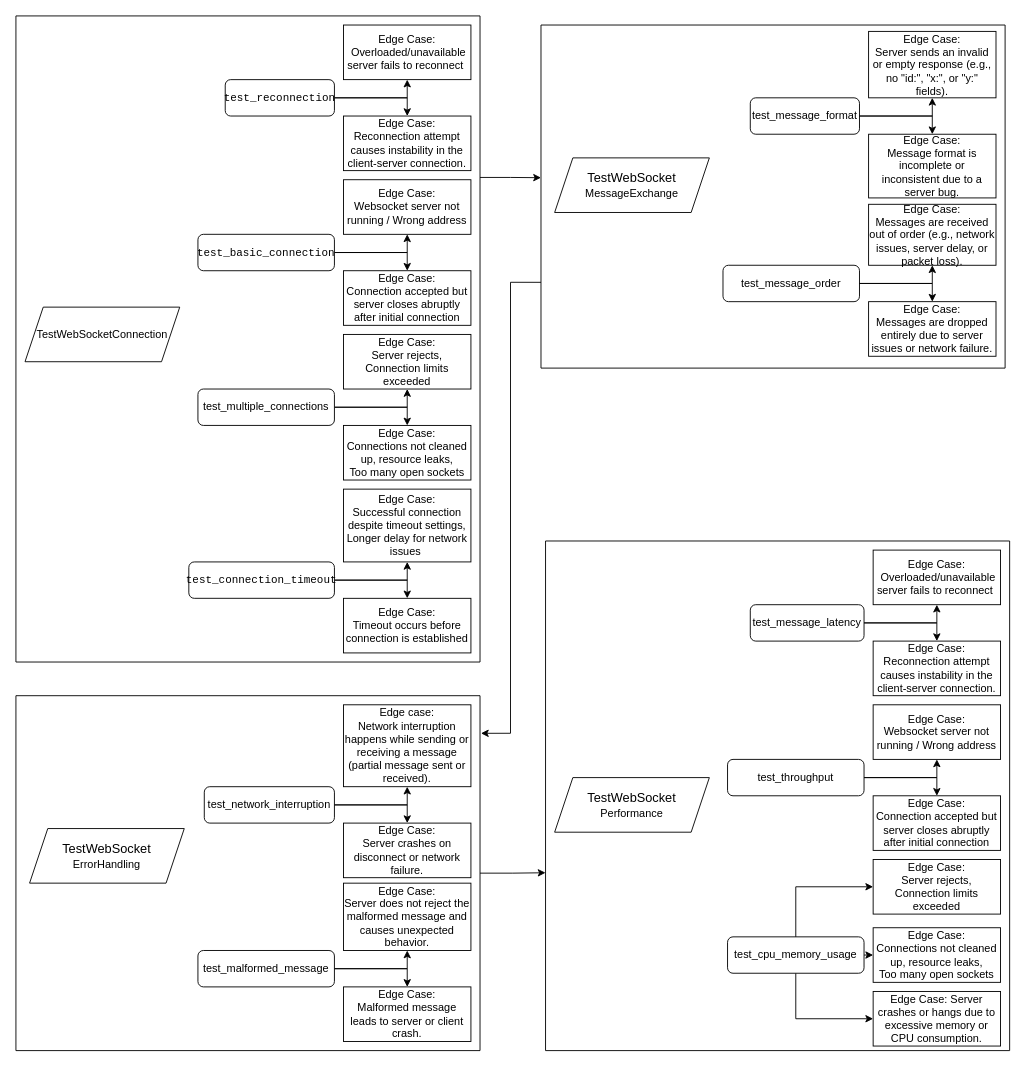
Earlier version of the draw.io diagram Testing/diagrams/testArucoTrackWeb.drawio (Fuuxd/VRObjectTracking). Source tidied: cells renumbered, new cells numbered last; positions are measured from the earlier drawing's top-left corner, leaving out a move shared by most shapes. Both pictures are drawn from the tidied source at 91%, with x=0, y=0 at pixel (15, 15).
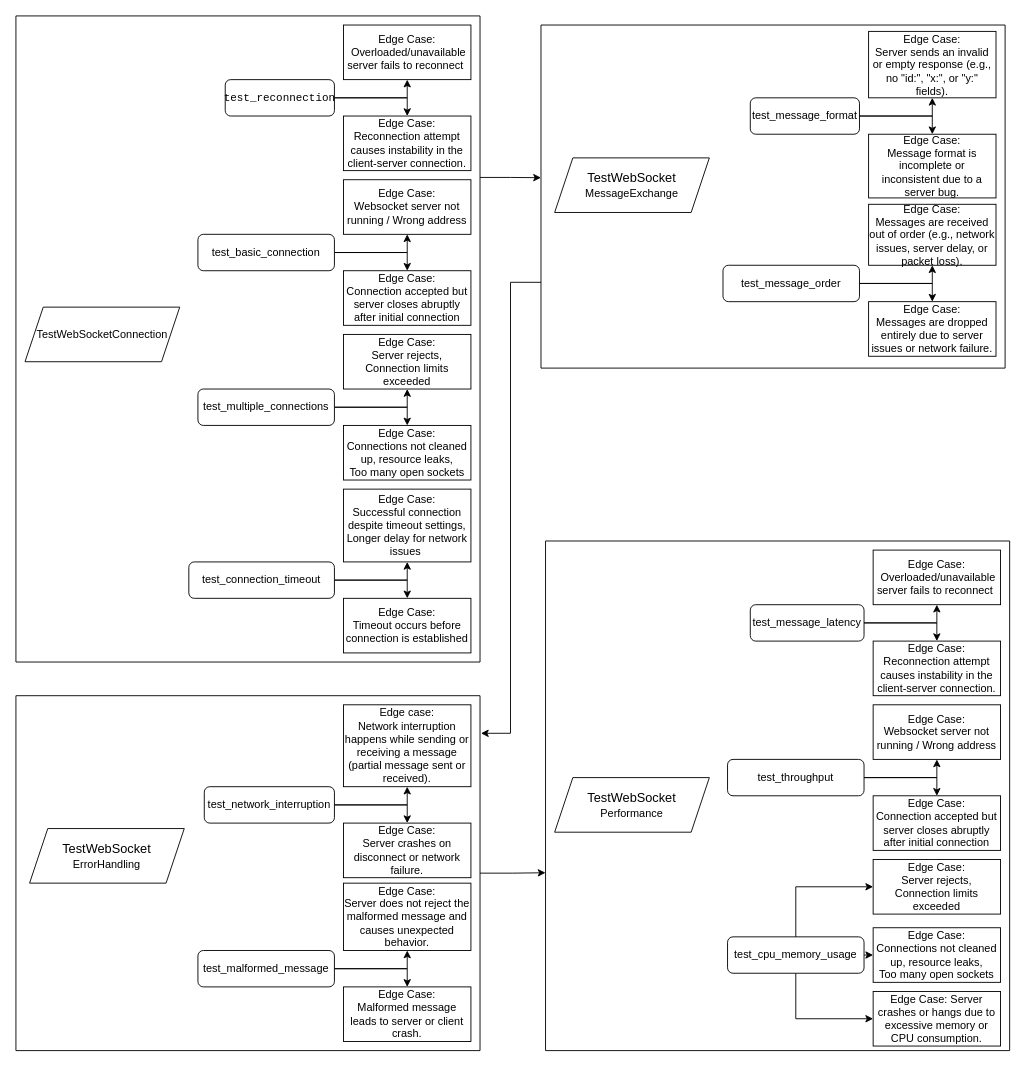
Above is the later version.

What changed in the source:
```diff
@@
-    <mxCell id="4" value="&lt;span style=&quot;font-family: monospace;&quot;&gt;test_basic_connection&lt;/span&gt;" style="rounded=1;whiteSpace=wrap;html=1;fontSize=12;glass=0;strokeWidth=1;shadow=0;" parent="1" vertex="1">
+    <mxCell id="4" value="test_basic_connection" style="rounded=1;whiteSpace=wrap;html=1;fontSize=12;glass=0;strokeWidth=1;shadow=0;" parent="1" vertex="1">
       <mxGeometry x="200" y="240" width="150" height="40" as="geometry" />
     </mxCell>
@@
-    <mxCell id="7" value="&lt;span style=&quot;font-family: monospace;&quot;&gt;test_connection_timeout&lt;/span&gt;" style="rounded=1;whiteSpace=wrap;html=1;fontSize=12;glass=0;strokeWidth=1;shadow=0;" parent="1" vertex="1">
+    <mxCell id="7" value="&lt;font face=&quot;Helvetica&quot;&gt;test_connection_timeout&lt;/font&gt;" style="rounded=1;whiteSpace=wrap;html=1;fontSize=12;glass=0;strokeWidth=1;shadow=0;" parent="1" vertex="1">
       <mxGeometry x="190" y="600" width="160" height="40" as="geometry" />
     </mxCell>
```
